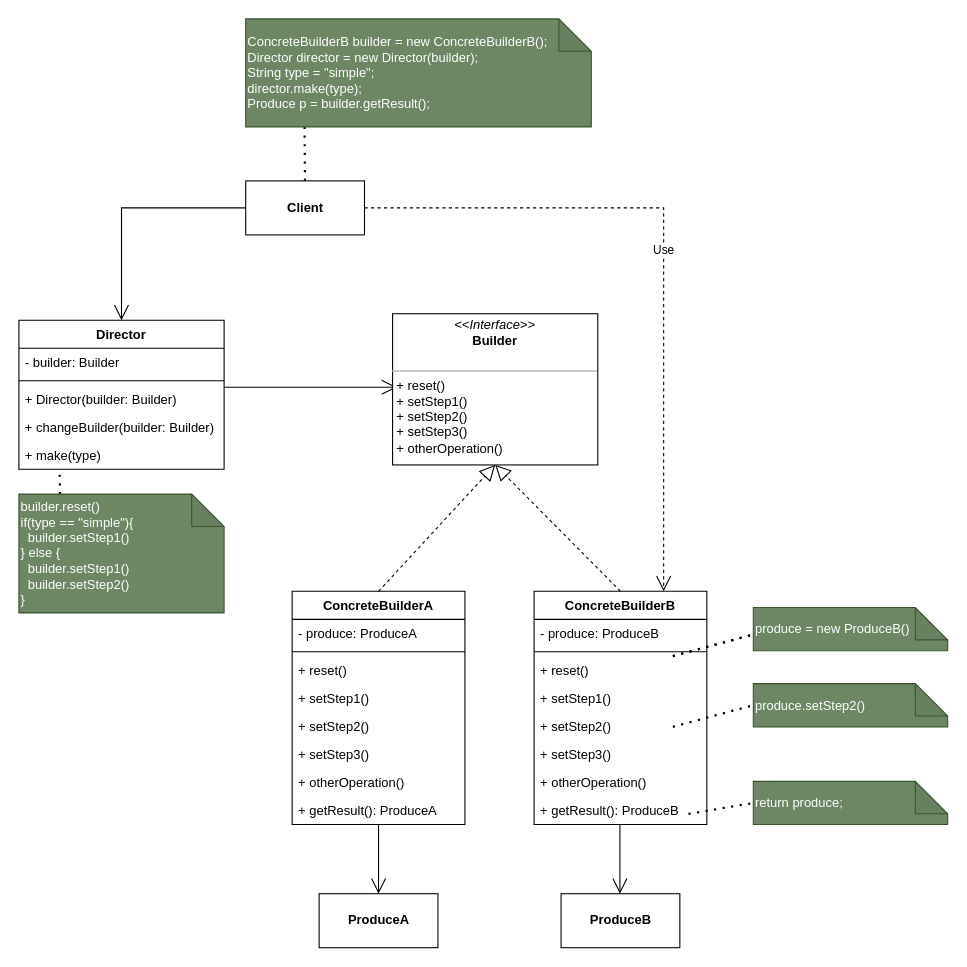
HsoulLink/designpattern_pic keeps this draw.io diagram as 生产者模式.drawio. Above is the earlier version. Source tidied: cells renumbered, new cells numbered last; positions are measured from the earlier drawing's top-left corner, leaving out a move shared by most shapes. Both pictures are drawn from the tidied source at 108%, with x=0, y=0 at pixel (18, 18).
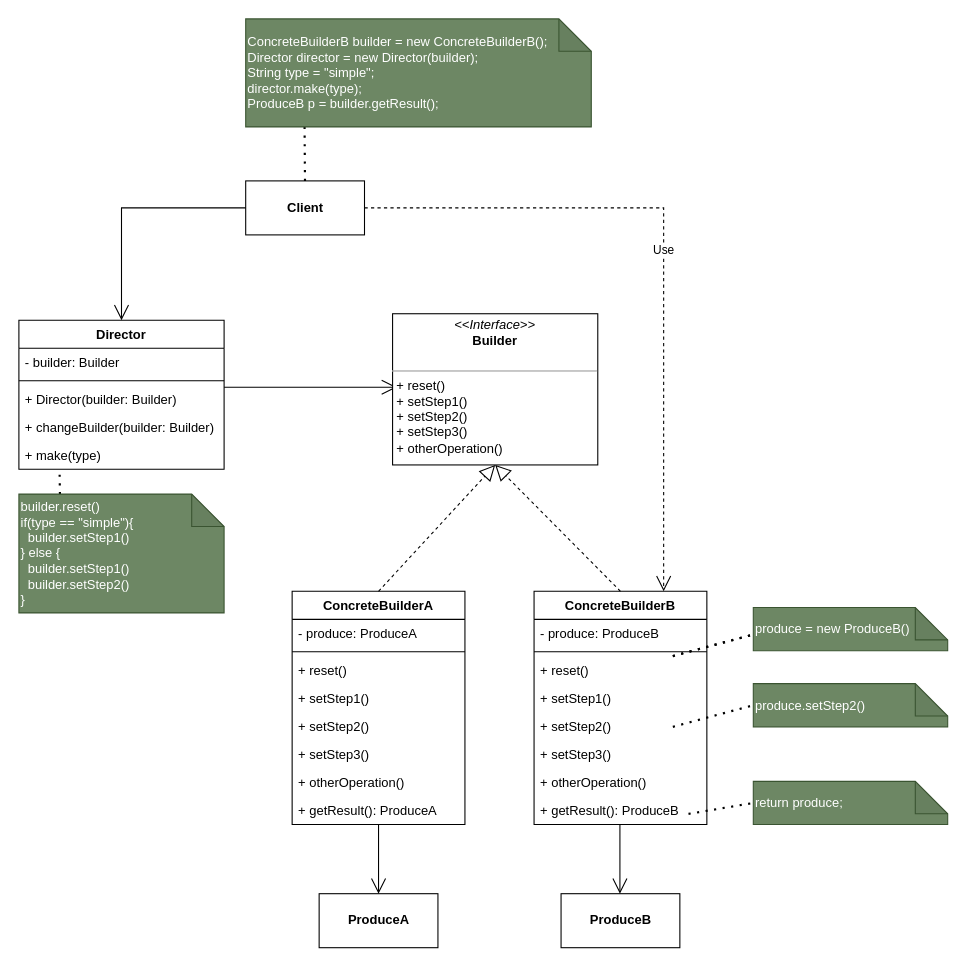
The same page after the edit.

Commit message (it also covers changes not shown here):
更新生产者模式.drawio

Change to the diagram source:
```diff
@@
-    <mxCell id="47" value="ConcreteBuilderB builder = new ConcreteBuilderB();&lt;br&gt;Director director = new Director(builder);&lt;br&gt;String type = &quot;simple&quot;;&lt;br&gt;director.make(type);&lt;br&gt;Produce p = builder.getResult();" style="shape=note;whiteSpace=wrap;html=1;backgroundOutline=1;darkOpacity=0.05;align=left;spacing=2;fillColor=#6d8764;fontColor=#ffffff;strokeColor=#3A5431;" parent="1" vertex="1">
+    <mxCell id="47" value="ConcreteBuilderB builder = new ConcreteBuilderB();&lt;br&gt;Director director = new Director(builder);&lt;br&gt;String type = &quot;simple&quot;;&lt;br&gt;director.make(type);&lt;br&gt;ProduceB p = builder.getResult();" style="shape=note;whiteSpace=wrap;html=1;backgroundOutline=1;darkOpacity=0.05;align=left;spacing=2;fillColor=#6d8764;fontColor=#ffffff;strokeColor=#3A5431;" parent="1" vertex="1">
       <mxGeometry x="210" width="320" height="100" as="geometry" />
     </mxCell>
```
